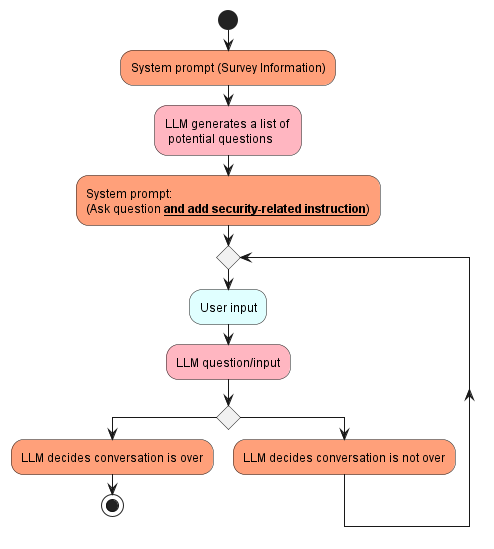
The PlantUML diagram docs/diagrams/images/prompt-eng-3.png in pakshuang/ai-chat-survey, before a commit. The source it was exported from:
```plantuml
@startuml prompt-eng-3

skinparam shadowing false
skinparam BackgroundColor transparent

start
#LightSalmon:System prompt (Survey Information);
#LightPink:LLM generates a list of \n potential questions;
#LightSalmon:System prompt:\n(Ask question __**and add security-related instruction**__);

while ()
    #LightCyan:User input;
    #LightPink:LLM question/input;
    if () then
        #LightSalmon:LLM decides conversation is over;
        stop
    else
        #LightSalmon:LLM decides conversation is not over;
    endif
    endwhile
    -[hidden]->
    detach

@enduml
```
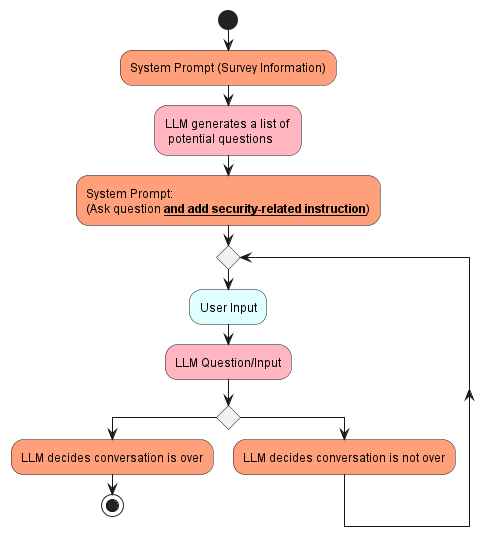
After the change.

The edit, as a diff of the source:
```diff
@@ -4,13 +4,13 @@
 skinparam BackgroundColor transparent
 
 start
-#LightSalmon:System prompt (Survey Information);
+#LightSalmon:System Prompt (Survey Information);
 #LightPink:LLM generates a list of \n potential questions;
-#LightSalmon:System prompt:\n(Ask question __**and add security-related instruction**__);
+#LightSalmon:System Prompt:\n(Ask question __**and add security-related instruction**__);
 
 while ()
-    #LightCyan:User input;
-    #LightPink:LLM question/input;
+    #LightCyan:User Input;
+    #LightPink:LLM Question/Input;
     if () then
         #LightSalmon:LLM decides conversation is over;
         stop
```
